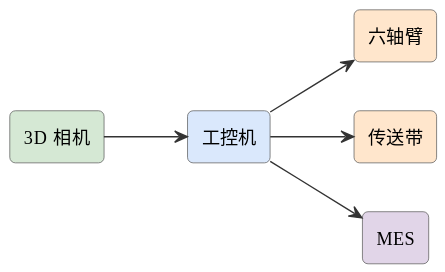
Earlier version of the PlantUML export assets/diagrams/ideas-fig72.svg (mingyi0818/IntelligentMcuCourse).
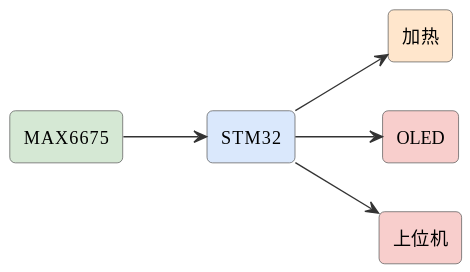
Above is the later version.

Diff of the diagram source:
```diff
@@ -6,13 +6,13 @@
 skinparam arrowFontSize 11
 skinparam arrowColor #333
 left to right direction
-rectangle "3D 相机" as cam3 #d5e8d4
-rectangle "工控机" as pc #dae8fc
-rectangle "六轴臂" as arm #ffe6cc
-rectangle "传送带" as conv #ffe6cc
-rectangle "MES" as mes #e1d5e8
-cam3 --> pc
-pc --> arm
-pc --> conv
-pc --> mes
+rectangle "MAX6675" as tc #d5e8d4
+rectangle "STM32" as stm #dae8fc
+rectangle "加热" as heat #ffe6cc
+rectangle "OLED" as oled #f8cecc
+rectangle "上位机" as pc #f8cecc
+tc --> stm
+stm --> heat
+stm --> oled
+stm --> pc
 @enduml
```
